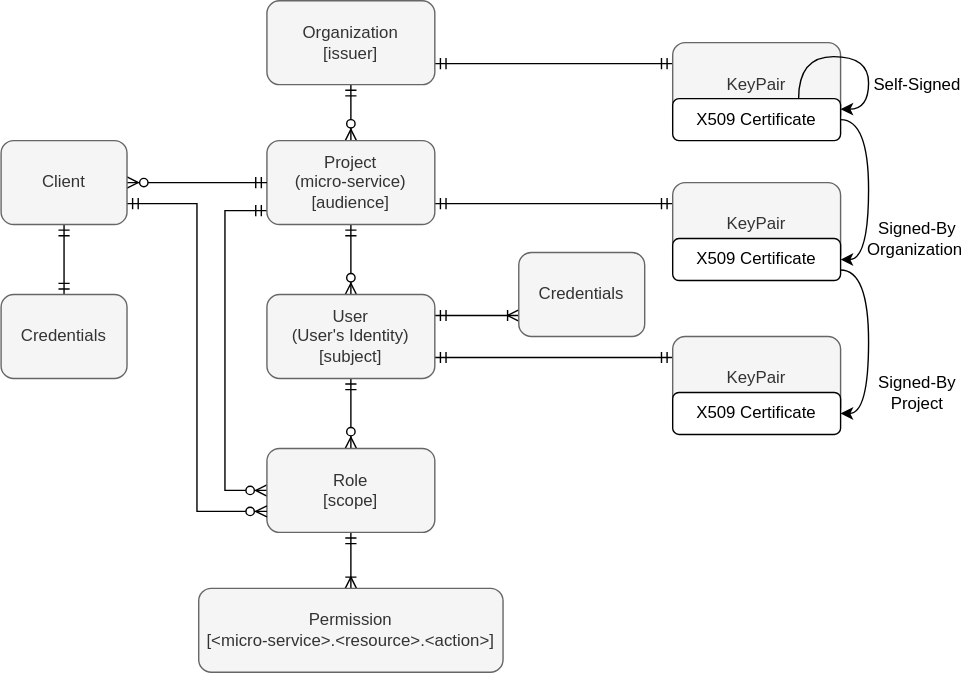
The draw.io diagram docs/IAM-data-model.svg in jveverka/iam-service, before a commit. Source tidied: cells renumbered, new cells last; positions are measured from the earlier drawing's top-left corner, leaving out a move shared by most shapes.
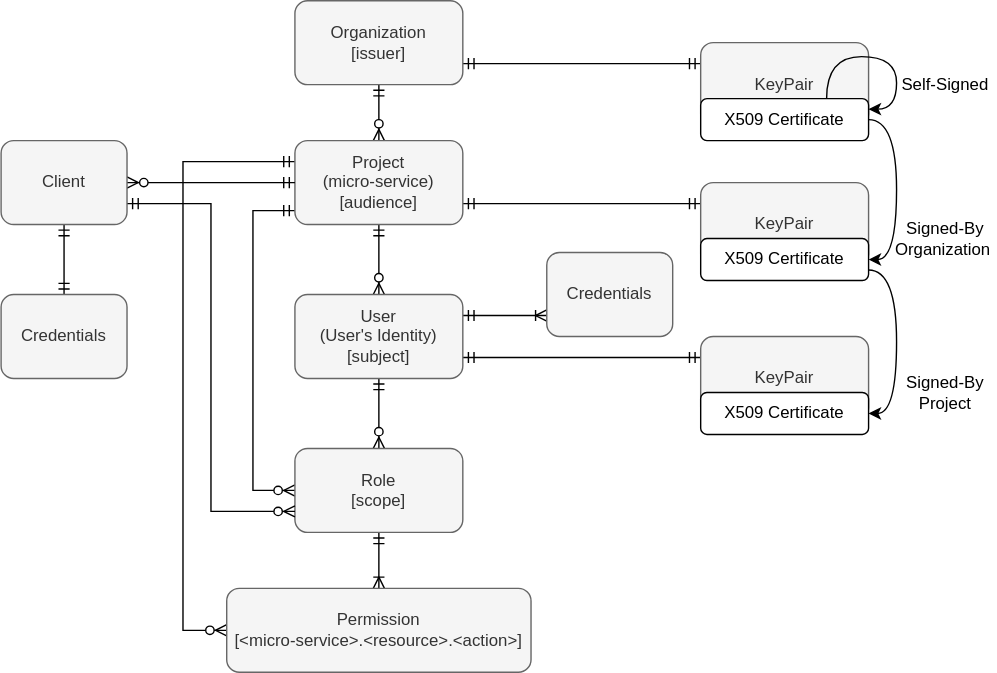
Later version of the same file.

Commit message:
updated data model

What changed in the source:
```diff
@@ -25,6 +25,14 @@
         </Array>
       </mxGeometry>
     </mxCell>
+    <mxCell id="34" style="edgeStyle=orthogonalEdgeStyle;rounded=0;jettySize=auto;html=1;exitX=0;exitY=0.25;exitDx=0;exitDy=0;entryX=0;entryY=0.5;entryDx=0;entryDy=0;startArrow=ERmandOne;startFill=0;endArrow=ERzeroToMany;endFill=1;" parent="1" edge="1" source="8" target="16">
+      <mxGeometry relative="1" as="geometry">
+        <Array as="points">
+          <mxPoint x="110" y="115" />
+          <mxPoint x="110" y="450" />
+        </Array>
+      </mxGeometry>
+    </mxCell>
     <mxCell id="8" value="Project&lt;br&gt;(micro-service)&lt;br&gt;[audience]" style="rounded=1;whiteSpace=wrap;html=1;fillColor=#f5f5f5;strokeColor=#666666;fontColor=#333333;" parent="1" vertex="1">
       <mxGeometry x="190" y="100" width="120" height="60" as="geometry" />
     </mxCell>
@@ -104,10 +112,10 @@
       <mxGeometry relative="1" as="geometry" />
     </mxCell>
     <mxCell id="32" value="Client" style="rounded=1;whiteSpace=wrap;html=1;fillColor=#f5f5f5;strokeColor=#666666;fontColor=#333333;" parent="1" vertex="1">
-      <mxGeometry y="100" width="90" height="60" as="geometry" />
+      <mxGeometry x="-20" y="100" width="90" height="60" as="geometry" />
     </mxCell>
     <mxCell id="33" value="Credentials" style="rounded=1;whiteSpace=wrap;html=1;fillColor=#f5f5f5;strokeColor=#666666;fontColor=#333333;" parent="1" vertex="1">
-      <mxGeometry y="210" width="90" height="60" as="geometry" />
+      <mxGeometry x="-20" y="210" width="90" height="60" as="geometry" />
     </mxCell>
   </root>
 </mxGraphModel>
```
